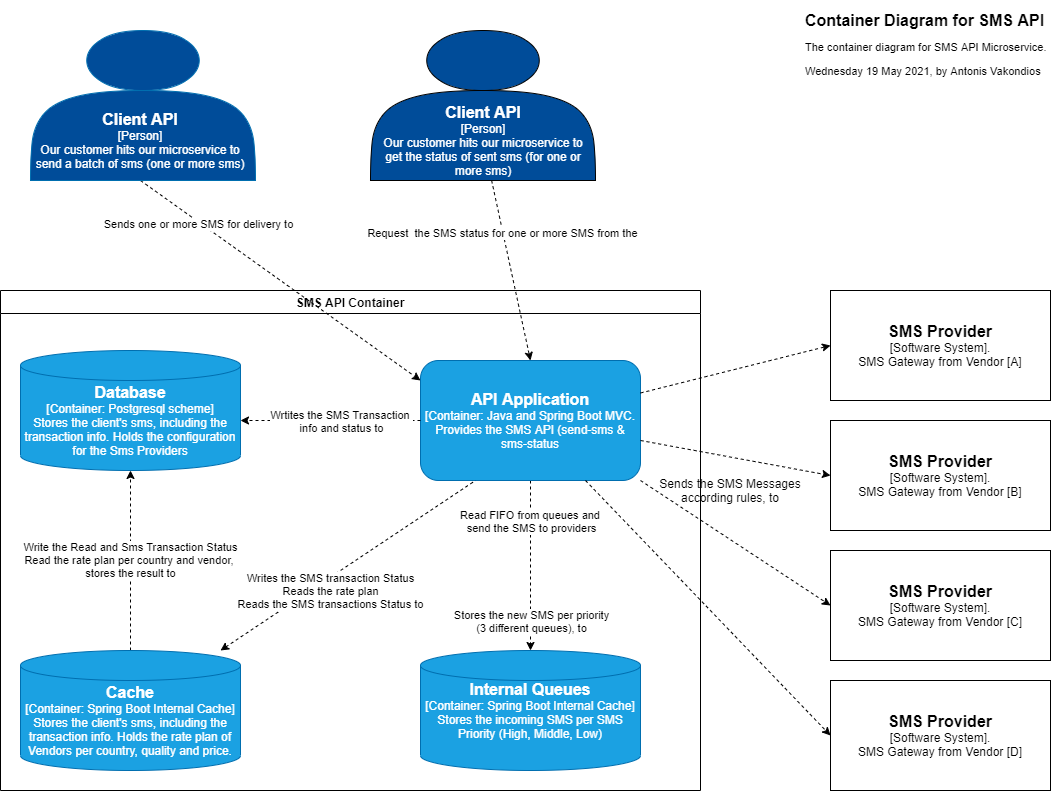
Before: Container.png, a diagram exported from draw.io (vakondios/Sms-Api-Architecture). Source tidied: cells renumbered, new cells last; positions are measured from the earlier drawing's top-left corner, leaving out a move shared by most shapes. The source it was exported from:
```xml
<mxGraphModel background="#ffffff">
  <root>
    <mxCell id="0" />
    <mxCell id="1" parent="0" />
    <mxCell id="2" value="SMS API Container" style="swimlane;" parent="1" vertex="1">
      <mxGeometry y="280" width="700" height="500" as="geometry" />
    </mxCell>
    <mxCell id="3" style="edgeStyle=none;rounded=0;jettySize=auto;html=1;entryX=0.5;entryY=0;entryDx=0;entryDy=0;entryPerimeter=0;dashed=1;fontColor=#FFFFFF;" parent="2" edge="1" source="6" target="17">
      <mxGeometry relative="1" as="geometry" />
    </mxCell>
    <mxCell id="4" value="&lt;font color=&quot;#000000&quot;&gt;Stores the new SMS per priority&lt;br&gt;(3 different queues), to&lt;br&gt;&lt;/font&gt;" style="edgeLabel;html=1;align=center;verticalAlign=middle;fontColor=#FFFFFF;" parent="3" vertex="1">
      <mxGeometry x="0.31" relative="1" as="geometry">
        <mxPoint y="29" as="offset" />
      </mxGeometry>
    </mxCell>
    <mxCell id="5" value="&lt;font color=&quot;#000000&quot;&gt;Read FIFO from queues and &lt;br&gt;send the SMS to providers&lt;/font&gt;" style="edgeLabel;html=1;align=center;verticalAlign=middle;fontColor=#FFFFFF;" parent="3" vertex="1">
      <mxGeometry x="0.42" y="-1" relative="1" as="geometry">
        <mxPoint x="1" y="-81" as="offset" />
      </mxGeometry>
    </mxCell>
    <mxCell id="6" style="rounded=1;whiteSpace=wrap;html=1;fillColor=#1ba1e2;strokeColor=#006EAF;fontColor=#ffffff;" parent="2" vertex="1">
      <mxGeometry x="420" y="70" width="220" height="120" as="geometry" />
    </mxCell>
    <mxCell id="7" value="Write the Read and Sms Transaction Status&lt;br&gt;Read the rate plan per country and vendor,&amp;nbsp;&lt;br&gt;stores the result to" style="edgeStyle=orthogonalEdgeStyle;rounded=0;jettySize=auto;html=1;entryX=0.5;entryY=1;entryDx=0;entryDy=0;entryPerimeter=0;dashed=1;" parent="2" edge="1" source="10" target="11">
      <mxGeometry relative="1" as="geometry" />
    </mxCell>
    <mxCell id="8" style="edgeStyle=none;rounded=0;jettySize=auto;html=1;entryX=0.25;entryY=1;entryDx=0;entryDy=0;dashed=1;fontColor=#FFFFFF;startArrow=classic;startFill=1;endArrow=none;endFill=0;" parent="2" edge="1" source="10" target="6">
      <mxGeometry relative="1" as="geometry" />
    </mxCell>
    <mxCell id="9" value="&lt;font color=&quot;#000000&quot;&gt;Writes the SMS transaction Status&lt;br&gt;&lt;/font&gt;&lt;span style=&quot;color: rgb(0 , 0 , 0)&quot;&gt;Reads the rate plan&lt;/span&gt;&lt;br style=&quot;color: rgb(0 , 0 , 0)&quot;&gt;&lt;span style=&quot;color: rgb(0 , 0 , 0)&quot;&gt;Reads the SMS transactions Status to&lt;/span&gt;&lt;font color=&quot;#000000&quot;&gt;&lt;br&gt;&lt;/font&gt;" style="edgeLabel;html=1;align=center;verticalAlign=middle;fontColor=#FFFFFF;" parent="8" vertex="1">
      <mxGeometry x="-0.61" y="-3" relative="1" as="geometry">
        <mxPoint x="58" y="-29" as="offset" />
      </mxGeometry>
    </mxCell>
    <mxCell id="10" style="shape=cylinder3;whiteSpace=wrap;html=1;boundedLbl=1;backgroundOutline=1;size=15;fillColor=#1ba1e2;strokeColor=#006EAF;fontColor=#ffffff;" parent="2" vertex="1">
      <mxGeometry x="20" y="360" width="220" height="120" as="geometry" />
    </mxCell>
    <mxCell id="11" style="shape=cylinder3;whiteSpace=wrap;html=1;boundedLbl=1;backgroundOutline=1;size=15;fillColor=#1ba1e2;strokeColor=#006EAF;fontColor=#ffffff;" parent="2" vertex="1">
      <mxGeometry x="20" y="60" width="220" height="120" as="geometry" />
    </mxCell>
    <mxCell id="12" value="&lt;font style=&quot;font-size: 16px&quot;&gt;&lt;b&gt;Database&lt;/b&gt;&lt;/font&gt;&lt;br&gt;[Container: Postgresql scheme]&lt;br&gt;Stores the client's sms, including the transaction info. Holds the configuration for the Sms Providers" style="text;html=1;strokeColor=none;fillColor=none;align=center;verticalAlign=middle;whiteSpace=wrap;rounded=0;fontColor=#FFFFFF;" parent="2" vertex="1">
      <mxGeometry x="20" y="90" width="220" height="80" as="geometry" />
    </mxCell>
    <mxCell id="13" value="&lt;font style=&quot;font-size: 16px&quot;&gt;&lt;b&gt;Cache&lt;/b&gt;&lt;/font&gt;&lt;br&gt;[Container: Spring Boot Internal Cache]&lt;br&gt;Stores the client's sms, including the transaction info. Holds the rate plan of Vendors per country, quality and price." style="text;html=1;strokeColor=none;fillColor=none;align=center;verticalAlign=middle;whiteSpace=wrap;rounded=0;fontColor=#FFFFFF;" parent="2" vertex="1">
      <mxGeometry x="20" y="390" width="220" height="80" as="geometry" />
    </mxCell>
    <mxCell id="14" style="edgeStyle=none;rounded=0;jettySize=auto;html=1;entryX=1;entryY=0.5;entryDx=0;entryDy=0;dashed=1;fontColor=#FFFFFF;" parent="2" edge="1" source="16" target="12">
      <mxGeometry relative="1" as="geometry" />
    </mxCell>
    <mxCell id="15" value="&lt;font color=&quot;#000000&quot;&gt;Wrtites the SMS Transaction &lt;br&gt;info and status to&lt;/font&gt;" style="edgeLabel;html=1;align=center;verticalAlign=middle;fontColor=#FFFFFF;" parent="14" vertex="1">
      <mxGeometry x="0.18" y="-4" relative="1" as="geometry">
        <mxPoint x="26" y="4" as="offset" />
      </mxGeometry>
    </mxCell>
    <mxCell id="16" value="&lt;font style=&quot;font-size: 16px&quot;&gt;&lt;b&gt;API Application&lt;/b&gt;&lt;/font&gt;&lt;br&gt;[Container: Java and Spring Boot MVC.&lt;br&gt;Provides the SMS API (send-sms &amp;amp; sms-status" style="text;html=1;strokeColor=none;fillColor=none;align=center;verticalAlign=middle;whiteSpace=wrap;rounded=0;fontColor=#FFFFFF;" parent="2" vertex="1">
      <mxGeometry x="420" y="90" width="220" height="80" as="geometry" />
    </mxCell>
    <mxCell id="17" style="shape=cylinder3;whiteSpace=wrap;html=1;boundedLbl=1;backgroundOutline=1;size=15;fillColor=#1ba1e2;strokeColor=#006EAF;fontColor=#ffffff;" parent="2" vertex="1">
      <mxGeometry x="420" y="360" width="220" height="120" as="geometry" />
    </mxCell>
    <mxCell id="18" value="&lt;span style=&quot;font-size: 16px&quot;&gt;&lt;b&gt;Internal Queues&lt;/b&gt;&lt;/span&gt;&lt;br&gt;[Container: Spring Boot Internal Cache]&lt;br&gt;Stores the incoming SMS per SMS Priority (High, Middle, Low)" style="text;html=1;strokeColor=none;fillColor=none;align=center;verticalAlign=middle;whiteSpace=wrap;rounded=0;fontColor=#FFFFFF;" parent="2" vertex="1">
      <mxGeometry x="420" y="380" width="220" height="80" as="geometry" />
    </mxCell>
    <mxCell id="19" style="rounded=0;jettySize=auto;html=1;entryX=0;entryY=0;entryDx=0;entryDy=0;dashed=1;fontColor=#FFFFFF;exitX=0.5;exitY=1;exitDx=0;exitDy=0;" parent="1" edge="1" source="24" target="16">
      <mxGeometry relative="1" as="geometry" />
    </mxCell>
    <mxCell id="20" value="&lt;font color=&quot;#000000&quot;&gt;Sends one or more SMS for delivery to&lt;/font&gt;" style="edgeLabel;html=1;align=center;verticalAlign=middle;fontColor=#FFFFFF;" parent="19" vertex="1">
      <mxGeometry x="-0.58" y="-2" relative="1" as="geometry" />
    </mxCell>
    <mxCell id="21" style="shape=actor;whiteSpace=wrap;html=1;strokeColor=#006EAF;fontColor=#ffffff;fillColor=#004C99;" parent="1" vertex="1">
      <mxGeometry x="30" y="20" width="225" height="150" as="geometry" />
    </mxCell>
    <mxCell id="22" style="shape=actor;whiteSpace=wrap;html=1;fillColor=#004C99;" parent="1" vertex="1">
      <mxGeometry x="370" y="20" width="225" height="150" as="geometry" />
    </mxCell>
    <mxCell id="23" value="&lt;h1 style=&quot;font-size: 16px&quot;&gt;&lt;font style=&quot;font-size: 16px&quot;&gt;Container Diagram for SMS API&lt;/font&gt;&lt;/h1&gt;&lt;p style=&quot;font-size: 11px&quot;&gt;&lt;font style=&quot;font-size: 11px&quot;&gt;The container diagram for SMS API Microservice.&amp;nbsp;&lt;/font&gt;&lt;/p&gt;&lt;p style=&quot;font-size: 11px&quot;&gt;&lt;font style=&quot;font-size: 11px&quot;&gt;Wednesday 19 May 2021, by Antonis Vakondios&lt;/font&gt;&lt;/p&gt;" style="text;html=1;strokeColor=none;fillColor=none;spacing=5;spacingTop=-20;whiteSpace=wrap;overflow=hidden;rounded=0;" parent="1" vertex="1">
      <mxGeometry x="800" width="260" height="90" as="geometry" />
    </mxCell>
    <mxCell id="24" value="&lt;font style=&quot;font-size: 16px&quot;&gt;&lt;b&gt;Client API&lt;/b&gt;&lt;/font&gt;&lt;br&gt;[Person]&lt;br&gt;Our customer hits our microservice to send a batch of sms (one or more sms)" style="text;html=1;strokeColor=none;fillColor=none;align=center;verticalAlign=middle;whiteSpace=wrap;rounded=0;fontColor=#FFFFFF;" parent="1" vertex="1">
      <mxGeometry x="30" y="90" width="220" height="80" as="geometry" />
    </mxCell>
    <mxCell id="25" style="edgeStyle=none;rounded=0;jettySize=auto;html=1;entryX=0.5;entryY=0;entryDx=0;entryDy=0;dashed=1;fontColor=#FFFFFF;" parent="1" edge="1" source="27" target="6">
      <mxGeometry relative="1" as="geometry" />
    </mxCell>
    <mxCell id="26" value="&lt;font color=&quot;#000000&quot;&gt;Request&amp;nbsp; the SMS status for one or more SMS from the&lt;/font&gt;" style="edgeLabel;html=1;align=center;verticalAlign=middle;fontColor=#FFFFFF;" parent="25" vertex="1">
      <mxGeometry x="-0.41" y="-1" relative="1" as="geometry" />
    </mxCell>
    <mxCell id="27" value="&lt;font style=&quot;font-size: 16px&quot;&gt;&lt;b&gt;Client API&lt;/b&gt;&lt;/font&gt;&lt;br&gt;[Person]&lt;br&gt;Our customer hits our microservice to get the status of sent sms (for one or more sms)" style="text;html=1;strokeColor=none;fillColor=none;align=center;verticalAlign=middle;whiteSpace=wrap;rounded=0;fontColor=#FFFFFF;" parent="1" vertex="1">
      <mxGeometry x="372.5" y="90" width="220" height="80" as="geometry" />
    </mxCell>
    <mxCell id="28" style="rounded=0;whiteSpace=wrap;html=1;" parent="1" vertex="1">
      <mxGeometry x="830" y="280" width="220" height="110" as="geometry" />
    </mxCell>
    <mxCell id="29" value="&lt;font style=&quot;font-size: 16px&quot;&gt;&lt;b&gt;SMS Provider&lt;/b&gt;&lt;/font&gt;&lt;br&gt;[Software System].&lt;br&gt;SMS Gateway from Vendor [A]" style="text;html=1;strokeColor=none;fillColor=none;align=center;verticalAlign=middle;whiteSpace=wrap;rounded=0;" parent="1" vertex="1">
      <mxGeometry x="830" y="295" width="220" height="80" as="geometry" />
    </mxCell>
    <mxCell id="30" style="rounded=0;whiteSpace=wrap;html=1;" parent="1" vertex="1">
      <mxGeometry x="830" y="410" width="220" height="110" as="geometry" />
    </mxCell>
    <mxCell id="31" value="&lt;font style=&quot;font-size: 16px&quot;&gt;&lt;b&gt;SMS Provider&lt;/b&gt;&lt;/font&gt;&lt;br&gt;[Software System].&lt;br&gt;SMS Gateway from Vendor [B]" style="text;html=1;strokeColor=none;fillColor=none;align=center;verticalAlign=middle;whiteSpace=wrap;rounded=0;" parent="1" vertex="1">
      <mxGeometry x="830" y="425" width="220" height="80" as="geometry" />
    </mxCell>
    <mxCell id="32" style="rounded=0;whiteSpace=wrap;html=1;" parent="1" vertex="1">
      <mxGeometry x="830" y="540" width="220" height="110" as="geometry" />
    </mxCell>
    <mxCell id="33" value="&lt;font style=&quot;font-size: 16px&quot;&gt;&lt;b&gt;SMS Provider&lt;/b&gt;&lt;/font&gt;&lt;br&gt;[Software System].&lt;br&gt;SMS Gateway from Vendor [C]" style="text;html=1;strokeColor=none;fillColor=none;align=center;verticalAlign=middle;whiteSpace=wrap;rounded=0;" parent="1" vertex="1">
      <mxGeometry x="830" y="555" width="220" height="80" as="geometry" />
    </mxCell>
    <mxCell id="34" style="rounded=0;whiteSpace=wrap;html=1;" parent="1" vertex="1">
      <mxGeometry x="830" y="670" width="220" height="110" as="geometry" />
    </mxCell>
    <mxCell id="35" value="&lt;font style=&quot;font-size: 16px&quot;&gt;&lt;b&gt;SMS Provider&lt;/b&gt;&lt;/font&gt;&lt;br&gt;[Software System].&lt;br&gt;SMS Gateway from Vendor [D]" style="text;html=1;strokeColor=none;fillColor=none;align=center;verticalAlign=middle;whiteSpace=wrap;rounded=0;" parent="1" vertex="1">
      <mxGeometry x="830" y="685" width="220" height="80" as="geometry" />
    </mxCell>
    <mxCell id="36" style="edgeStyle=none;rounded=0;jettySize=auto;html=1;entryX=0;entryY=0.5;entryDx=0;entryDy=0;dashed=1;fontColor=#FFFFFF;" parent="1" edge="1" source="6" target="29">
      <mxGeometry relative="1" as="geometry" />
    </mxCell>
    <mxCell id="37" style="edgeStyle=none;rounded=0;jettySize=auto;html=1;exitX=1;exitY=0.75;exitDx=0;exitDy=0;entryX=0;entryY=0.5;entryDx=0;entryDy=0;dashed=1;fontColor=#FFFFFF;" parent="1" edge="1" source="16" target="31">
      <mxGeometry relative="1" as="geometry" />
    </mxCell>
    <mxCell id="38" style="edgeStyle=none;rounded=0;jettySize=auto;html=1;exitX=1;exitY=1;exitDx=0;exitDy=0;entryX=0;entryY=0.5;entryDx=0;entryDy=0;dashed=1;fontColor=#FFFFFF;" parent="1" edge="1" source="6" target="33">
      <mxGeometry relative="1" as="geometry" />
    </mxCell>
    <mxCell id="39" style="edgeStyle=none;rounded=0;jettySize=auto;html=1;exitX=0.75;exitY=1;exitDx=0;exitDy=0;entryX=0;entryY=0.5;entryDx=0;entryDy=0;dashed=1;fontColor=#FFFFFF;" parent="1" edge="1" source="6" target="35">
      <mxGeometry relative="1" as="geometry" />
    </mxCell>
    <mxCell id="40" value="&lt;font color=&quot;#000000&quot;&gt;Sends the SMS Messages according rules, to&lt;br&gt;&lt;/font&gt;" style="text;html=1;strokeColor=none;fillColor=none;align=center;verticalAlign=middle;whiteSpace=wrap;rounded=0;fontColor=#FFFFFF;" parent="1" vertex="1">
      <mxGeometry x="650" y="470" width="160" height="20" as="geometry" />
    </mxCell>
  </root>
</mxGraphModel>
```
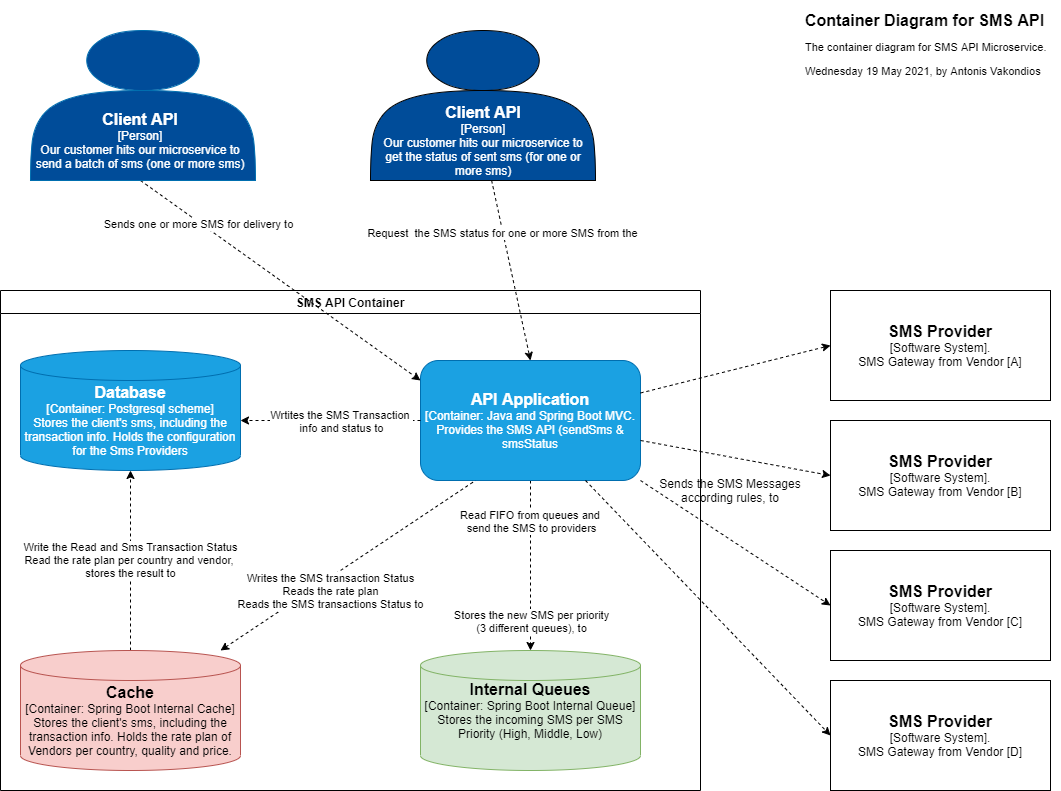
The same file after the commit.

What changed in the source:
```diff
@@ -32,7 +32,7 @@
         <mxPoint x="58" y="-29" as="offset" />
       </mxGeometry>
     </mxCell>
-    <mxCell id="10" style="shape=cylinder3;whiteSpace=wrap;html=1;boundedLbl=1;backgroundOutline=1;size=15;fillColor=#1ba1e2;strokeColor=#006EAF;fontColor=#ffffff;" parent="2" vertex="1">
+    <mxCell id="10" style="shape=cylinder3;whiteSpace=wrap;html=1;boundedLbl=1;backgroundOutline=1;size=15;fillColor=#f8cecc;strokeColor=#b85450;" parent="2" vertex="1">
       <mxGeometry x="20" y="360" width="220" height="120" as="geometry" />
     </mxCell>
     <mxCell id="11" style="shape=cylinder3;whiteSpace=wrap;html=1;boundedLbl=1;backgroundOutline=1;size=15;fillColor=#1ba1e2;strokeColor=#006EAF;fontColor=#ffffff;" parent="2" vertex="1">
@@ -41,7 +41,7 @@
     <mxCell id="12" value="&lt;font style=&quot;font-size: 16px&quot;&gt;&lt;b&gt;Database&lt;/b&gt;&lt;/font&gt;&lt;br&gt;[Container: Postgresql scheme]&lt;br&gt;Stores the client's sms, including the transaction info. Holds the configuration for the Sms Providers" style="text;html=1;strokeColor=none;fillColor=none;align=center;verticalAlign=middle;whiteSpace=wrap;rounded=0;fontColor=#FFFFFF;" parent="2" vertex="1">
       <mxGeometry x="20" y="90" width="220" height="80" as="geometry" />
     </mxCell>
-    <mxCell id="13" value="&lt;font style=&quot;font-size: 16px&quot;&gt;&lt;b&gt;Cache&lt;/b&gt;&lt;/font&gt;&lt;br&gt;[Container: Spring Boot Internal Cache]&lt;br&gt;Stores the client's sms, including the transaction info. Holds the rate plan of Vendors per country, quality and price." style="text;html=1;strokeColor=none;fillColor=none;align=center;verticalAlign=middle;whiteSpace=wrap;rounded=0;fontColor=#FFFFFF;" parent="2" vertex="1">
+    <mxCell id="13" value="&lt;font style=&quot;font-size: 16px&quot;&gt;&lt;b&gt;Cache&lt;/b&gt;&lt;/font&gt;&lt;br&gt;[Container: Spring Boot Internal Cache]&lt;br&gt;Stores the client's sms, including the transaction info. Holds the rate plan of Vendors per country, quality and price." style="text;html=1;strokeColor=none;fillColor=none;align=center;verticalAlign=middle;whiteSpace=wrap;rounded=0;" parent="2" vertex="1">
       <mxGeometry x="20" y="390" width="220" height="80" as="geometry" />
     </mxCell>
     <mxCell id="14" style="edgeStyle=none;rounded=0;jettySize=auto;html=1;entryX=1;entryY=0.5;entryDx=0;entryDy=0;dashed=1;fontColor=#FFFFFF;" parent="2" edge="1" source="16" target="12">
@@ -52,13 +52,13 @@
         <mxPoint x="26" y="4" as="offset" />
       </mxGeometry>
     </mxCell>
-    <mxCell id="16" value="&lt;font style=&quot;font-size: 16px&quot;&gt;&lt;b&gt;API Application&lt;/b&gt;&lt;/font&gt;&lt;br&gt;[Container: Java and Spring Boot MVC.&lt;br&gt;Provides the SMS API (send-sms &amp;amp; sms-status" style="text;html=1;strokeColor=none;fillColor=none;align=center;verticalAlign=middle;whiteSpace=wrap;rounded=0;fontColor=#FFFFFF;" parent="2" vertex="1">
+    <mxCell id="16" value="&lt;font style=&quot;font-size: 16px&quot;&gt;&lt;b&gt;API Application&lt;/b&gt;&lt;/font&gt;&lt;br&gt;[Container: Java and Spring Boot MVC.&lt;br&gt;Provides the SMS API (sendSms &amp;amp; smsStatus" style="text;html=1;strokeColor=none;fillColor=none;align=center;verticalAlign=middle;whiteSpace=wrap;rounded=0;fontColor=#FFFFFF;" parent="2" vertex="1">
       <mxGeometry x="420" y="90" width="220" height="80" as="geometry" />
     </mxCell>
-    <mxCell id="17" style="shape=cylinder3;whiteSpace=wrap;html=1;boundedLbl=1;backgroundOutline=1;size=15;fillColor=#1ba1e2;strokeColor=#006EAF;fontColor=#ffffff;" parent="2" vertex="1">
+    <mxCell id="17" style="shape=cylinder3;whiteSpace=wrap;html=1;boundedLbl=1;backgroundOutline=1;size=15;fillColor=#d5e8d4;strokeColor=#82b366;" parent="2" vertex="1">
       <mxGeometry x="420" y="360" width="220" height="120" as="geometry" />
     </mxCell>
-    <mxCell id="18" value="&lt;span style=&quot;font-size: 16px&quot;&gt;&lt;b&gt;Internal Queues&lt;/b&gt;&lt;/span&gt;&lt;br&gt;[Container: Spring Boot Internal Cache]&lt;br&gt;Stores the incoming SMS per SMS Priority (High, Middle, Low)" style="text;html=1;strokeColor=none;fillColor=none;align=center;verticalAlign=middle;whiteSpace=wrap;rounded=0;fontColor=#FFFFFF;" parent="2" vertex="1">
+    <mxCell id="18" value="&lt;font color=&quot;#000000&quot;&gt;&lt;span style=&quot;font-size: 16px&quot;&gt;&lt;b&gt;Internal Queues&lt;/b&gt;&lt;/span&gt;&lt;br&gt;[Container: Spring Boot Internal Queue]&lt;br&gt;Stores the incoming SMS per SMS Priority (High, Middle, Low)&lt;/font&gt;" style="text;html=1;strokeColor=none;fillColor=none;align=center;verticalAlign=middle;whiteSpace=wrap;rounded=0;fontColor=#FFFFFF;" parent="2" vertex="1">
       <mxGeometry x="420" y="380" width="220" height="80" as="geometry" />
     </mxCell>
     <mxCell id="19" style="rounded=0;jettySize=auto;html=1;entryX=0;entryY=0;entryDx=0;entryDy=0;dashed=1;fontColor=#FFFFFF;exitX=0.5;exitY=1;exitDx=0;exitDy=0;" parent="1" edge="1" source="24" target="16">
```
